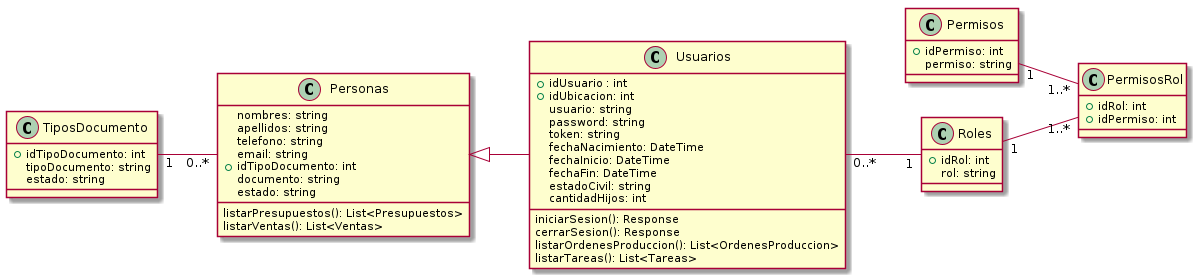
ZMGestion/DocumentacionZMGestion keeps this PlantUML diagram as Informe Final/Imagenes/DiagramaClases/Vistas/vistaSistema.png. Above is the earlier version.
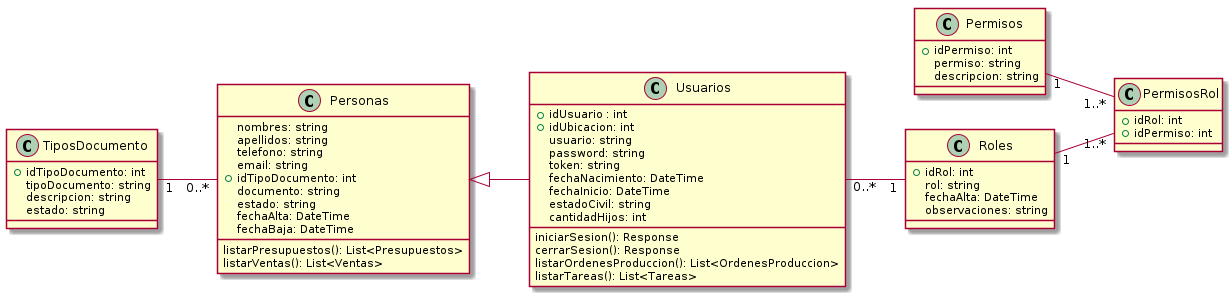
After the commit.

Diff of the diagram source:
```diff
@@ -7,7 +7,8 @@
    +idTipoDocumento: int
    documento: string
    estado: string
-
+   fechaAlta: DateTime
+   fechaBaja: DateTime
 
    listarPresupuestos(): List<Presupuestos>
    listarVentas(): List<Ventas>
@@ -20,7 +21,6 @@
    token: string
    fechaNacimiento: DateTime
    fechaInicio: DateTime
-   fechaFin: DateTime
    estadoCivil: string
    cantidadHijos: int
 
@@ -32,15 +32,19 @@
 class TiposDocumento{
    +idTipoDocumento: int
    tipoDocumento: string
+   descripcion: string
    estado: string
 }
 class Permisos{
     +idPermiso: int
     permiso: string
+    descripcion: string
 }
 class Roles{
     +idRol: int
     rol: string
+    fechaAlta: DateTime
+    observaciones: string
 }
 class PermisosRol{
     +idRol: int
```
